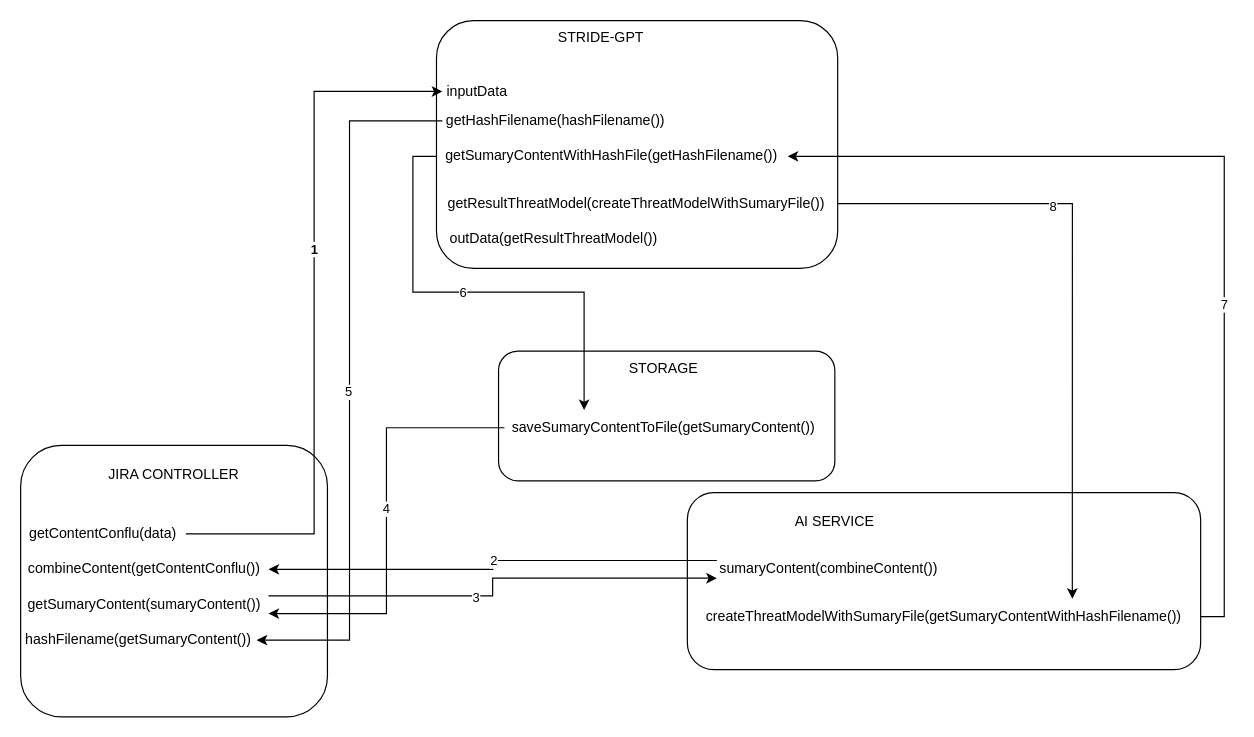
Above: Untitled Diagram.drawio in chuongle1/test (draw.io), before the change. Source tidied: cells renumbered, new cells numbered last; positions are measured from the earlier drawing's top-left corner, leaving out a move shared by most shapes. Both pictures are drawn from the tidied source at 118%, with x=0, y=0 at pixel (20, 20).
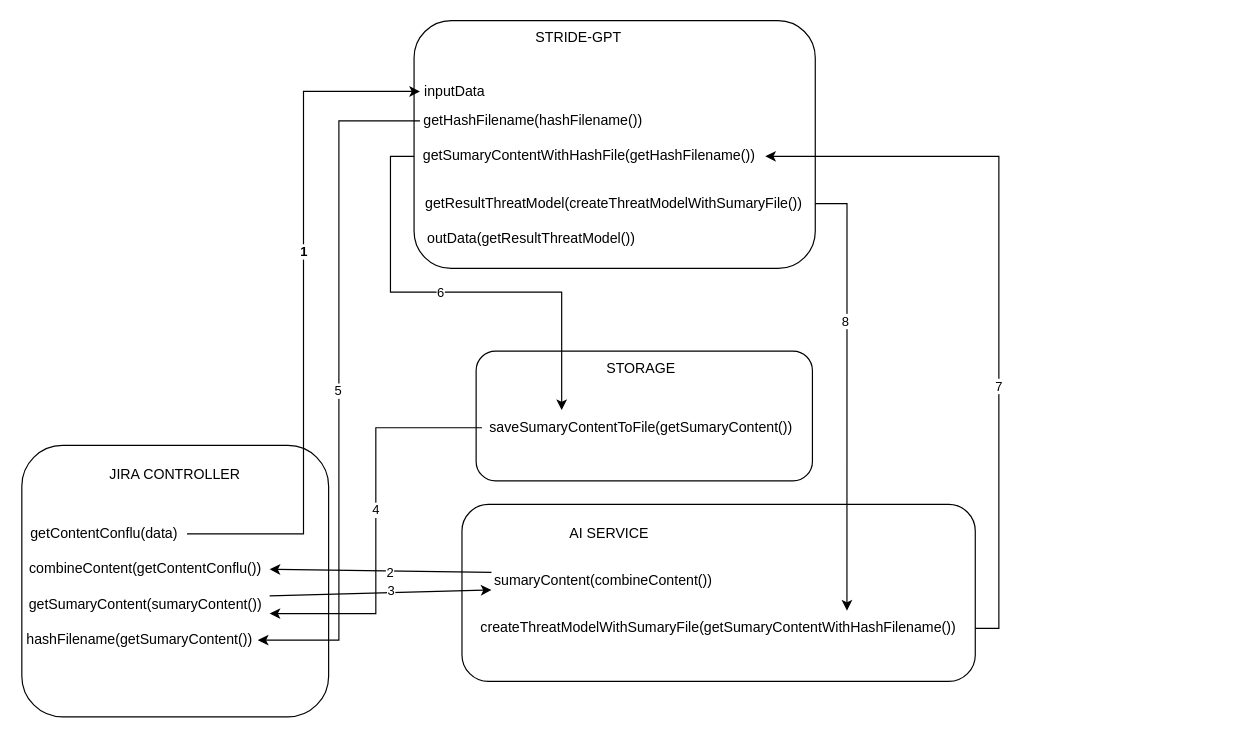
After the change.

What changed in the source:
```diff
@@
     <mxCell id="2" style="rounded=1;whiteSpace=wrap;html=1;" parent="1" vertex="1">
-      <mxGeometry x="352.4" width="340" height="210" as="geometry" />
+      <mxGeometry x="333.4" width="340" height="210" as="geometry" />
     </mxCell>
     <mxCell id="3" style="rounded=1;whiteSpace=wrap;html=1;" parent="1" vertex="1">
-      <mxGeometry x="565" y="400" width="435" height="150" as="geometry" />
+      <mxGeometry x="374" y="410" width="435" height="150" as="geometry" />
     </mxCell>
     <mxCell id="4" style="rounded=1;whiteSpace=wrap;html=1;" parent="1" vertex="1">
-      <mxGeometry y="360" width="260" height="230" as="geometry" />
+      <mxGeometry x="1" y="360" width="260" height="230" as="geometry" />
     </mxCell>
     <mxCell id="5" style="rounded=1;whiteSpace=wrap;html=1;" parent="1" vertex="1">
-      <mxGeometry x="405" y="280" width="285" height="110" as="geometry" />
+      <mxGeometry x="386" y="280" width="285" height="110" as="geometry" />
     </mxCell>
     <mxCell id="6" value="JIRA CONTROLLER" style="text;html=1;align=center;verticalAlign=middle;whiteSpace=wrap;rounded=0;" parent="1" vertex="1">
-      <mxGeometry x="65" y="370" width="130" height="30" as="geometry" />
+      <mxGeometry x="66" y="370" width="130" height="30" as="geometry" />
     </mxCell>
@@
     <mxCell id="9" value="getContentConflu(data)" style="text;html=1;align=center;verticalAlign=middle;whiteSpace=wrap;rounded=0;" parent="1" vertex="1">
-      <mxGeometry y="420" width="140" height="30" as="geometry" />
+      <mxGeometry x="1" y="420" width="140" height="30" as="geometry" />
     </mxCell>
     <mxCell id="10" value="combineContent(getContentConflu())" style="text;html=1;align=center;verticalAlign=middle;whiteSpace=wrap;rounded=0;" parent="1" vertex="1">
-      <mxGeometry y="450" width="210" height="30" as="geometry" />
+      <mxGeometry x="1" y="450" width="210" height="30" as="geometry" />
     </mxCell>
     <mxCell id="11" value="STRIDE-GPT" style="text;html=1;align=center;verticalAlign=middle;whiteSpace=wrap;rounded=0;" parent="1" vertex="1">
-      <mxGeometry x="442.4" width="100" height="30" as="geometry" />
+      <mxGeometry x="423.4" width="100" height="30" as="geometry" />
     </mxCell>
     <mxCell id="12" value="inputData" style="text;html=1;align=center;verticalAlign=middle;whiteSpace=wrap;rounded=0;" parent="1" vertex="1">
-      <mxGeometry x="357.4" y="45" width="60" height="30" as="geometry" />
+      <mxGeometry x="338.4" y="45" width="60" height="30" as="geometry" />
     </mxCell>
     <mxCell id="13" value="AI SERVICE" style="text;html=1;align=center;verticalAlign=middle;whiteSpace=wrap;rounded=0;" parent="1" vertex="1">
-      <mxGeometry x="650" y="410" width="80" height="30" as="geometry" />
+      <mxGeometry x="459" y="420" width="80" height="30" as="geometry" />
     </mxCell>
-    <mxCell id="14" style="edgeStyle=orthogonalEdgeStyle;rounded=0;jettySize=auto;html=1;entryX=1;entryY=0.5;entryDx=0;entryDy=0;exitX=0;exitY=0.25;exitDx=0;exitDy=0;" parent="1" edge="1" source="16" target="10">
-      <mxGeometry relative="1" as="geometry" />
-    </mxCell>
-    <mxCell id="15" value="2" style="edgeLabel;html=1;align=center;verticalAlign=middle;" parent="14" vertex="1">
-      <mxGeometry x="-0.02" relative="1" as="geometry" />
-    </mxCell>
     <mxCell id="16" value="sumaryContent(combineContent())" style="text;html=1;align=center;verticalAlign=middle;whiteSpace=wrap;rounded=0;" parent="1" vertex="1">
-      <mxGeometry x="590" y="450" width="190" height="30" as="geometry" />
+      <mxGeometry x="399" y="460" width="190" height="30" as="geometry" />
     </mxCell>
-    <mxCell id="17" style="edgeStyle=orthogonalEdgeStyle;rounded=0;jettySize=auto;html=1;exitX=1;exitY=0.25;exitDx=0;exitDy=0;entryX=0;entryY=0.75;entryDx=0;entryDy=0;" parent="1" edge="1" source="19" target="16">
-      <mxGeometry relative="1" as="geometry" />
-    </mxCell>
-    <mxCell id="18" value="3" style="edgeLabel;html=1;align=center;verticalAlign=middle;" parent="17" vertex="1">
-      <mxGeometry x="-0.11" y="-1" relative="1" as="geometry">
-        <mxPoint x="-1" as="offset" />
-      </mxGeometry>
-    </mxCell>
     <mxCell id="19" value="getSumaryContent(sumaryContent())" style="text;html=1;align=center;verticalAlign=middle;whiteSpace=wrap;rounded=0;" parent="1" vertex="1">
-      <mxGeometry y="480" width="210" height="30" as="geometry" />
+      <mxGeometry x="1" y="480" width="210" height="30" as="geometry" />
     </mxCell>
     <mxCell id="20" value="STORAGE" style="text;html=1;align=center;verticalAlign=middle;whiteSpace=wrap;rounded=0;" parent="1" vertex="1">
-      <mxGeometry x="515" y="280" width="60" height="30" as="geometry" />
+      <mxGeometry x="496" y="280" width="60" height="30" as="geometry" />
     </mxCell>
@@
     <mxCell id="23" value="saveSumaryContentToFile(getSumaryContent())" style="text;html=1;align=center;verticalAlign=middle;whiteSpace=wrap;rounded=0;" parent="1" vertex="1">
-      <mxGeometry x="410" y="330" width="270" height="30" as="geometry" />
+      <mxGeometry x="391" y="330" width="270" height="30" as="geometry" />
     </mxCell>
     <mxCell id="24" value="hashFilename(getSumaryContent())" style="text;html=1;align=center;verticalAlign=middle;whiteSpace=wrap;rounded=0;" parent="1" vertex="1">
-      <mxGeometry y="510" width="200" height="30" as="geometry" />
+      <mxGeometry x="1" y="510" width="200" height="30" as="geometry" />
     </mxCell>
@@
     <mxCell id="27" value="getHashFilename(hashFilename())" style="text;html=1;align=center;verticalAlign=middle;whiteSpace=wrap;rounded=0;" parent="1" vertex="1">
-      <mxGeometry x="357.4" y="70" width="192.6" height="30" as="geometry" />
+      <mxGeometry x="338.4" y="70" width="192.6" height="30" as="geometry" />
     </mxCell>
@@
     <mxCell id="30" value="getSumaryContentWithHashFile(getHashFilename())" style="text;html=1;align=center;verticalAlign=middle;whiteSpace=wrap;rounded=0;" parent="1" vertex="1">
-      <mxGeometry x="352.4" y="100" width="297.6" height="30" as="geometry" />
+      <mxGeometry x="333.4" y="100" width="297.6" height="30" as="geometry" />
     </mxCell>
@@
     <mxCell id="33" value="createThreatModelWithSumaryFile(getSumaryContentWithHashFilename())" style="text;html=1;align=center;verticalAlign=middle;whiteSpace=wrap;rounded=0;" parent="1" vertex="1">
-      <mxGeometry x="565" y="490" width="435" height="30" as="geometry" />
+      <mxGeometry x="374" y="500" width="435" height="30" as="geometry" />
     </mxCell>
@@
     <mxCell id="36" value="getResultThreatModel(createThreatModelWithSumaryFile())" style="text;html=1;align=center;verticalAlign=middle;whiteSpace=wrap;rounded=0;" parent="1" vertex="1">
-      <mxGeometry x="352.4" y="140" width="340" height="30" as="geometry" />
+      <mxGeometry x="333.4" y="140" width="340" height="30" as="geometry" />
     </mxCell>
     <mxCell id="37" value="outData(getResultThreatModel())" style="text;html=1;align=center;verticalAlign=middle;whiteSpace=wrap;rounded=0;" parent="1" vertex="1">
-      <mxGeometry x="357.4" y="170" width="190" height="30" as="geometry" />
+      <mxGeometry x="338.4" y="170" width="190" height="30" as="geometry" />
     </mxCell>
+    <mxCell id="14" style="endArrow=classic;html=1;rounded=0;entryX=1;entryY=0.5;entryDx=0;entryDy=0;exitX=0;exitY=0.25;exitDx=0;exitDy=0;" parent="1" edge="1" source="16" target="10">
+      <mxGeometry relative="1" as="geometry" />
+    </mxCell>
+    <mxCell id="15" value="2" style="edgeLabel;html=1;align=center;verticalAlign=middle;" parent="14" vertex="1">
+      <mxGeometry x="-0.08" y="1" relative="1" as="geometry" />
+    </mxCell>
+    <mxCell id="17" style="endArrow=classic;html=1;rounded=0;entryX=0;entryY=0.75;entryDx=0;entryDy=0;exitX=1;exitY=0.25;exitDx=0;exitDy=0;" parent="1" edge="1" source="19" target="16">
+      <mxGeometry relative="1" as="geometry" />
+    </mxCell>
+    <mxCell id="18" value="3" style="edgeLabel;html=1;align=center;verticalAlign=middle;" parent="17" vertex="1">
+      <mxGeometry x="0.1" y="2" relative="1" as="geometry" />
+    </mxCell>
```
